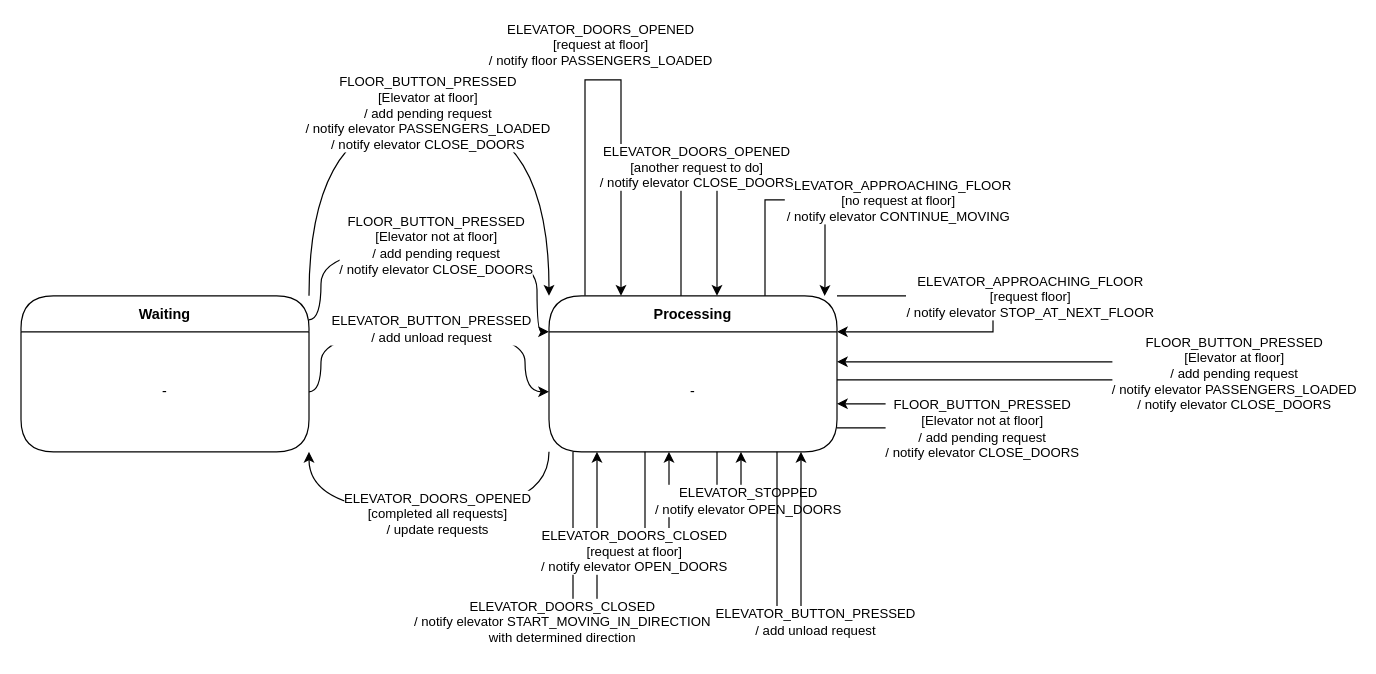
robsim378/sysc_3303_project keeps this draw.io diagram as page "Scheduler" (2 of 3) of UML_Diagrams/UML_State_Diagram.drawio. Above is the earlier version. Source tidied: cells renumbered, new cells numbered last; positions are measured from the earlier drawing's top-left corner, leaving out a move shared by most shapes. Both pictures are drawn from the tidied source at 120%, with x=0, y=0 at pixel (20, 79).
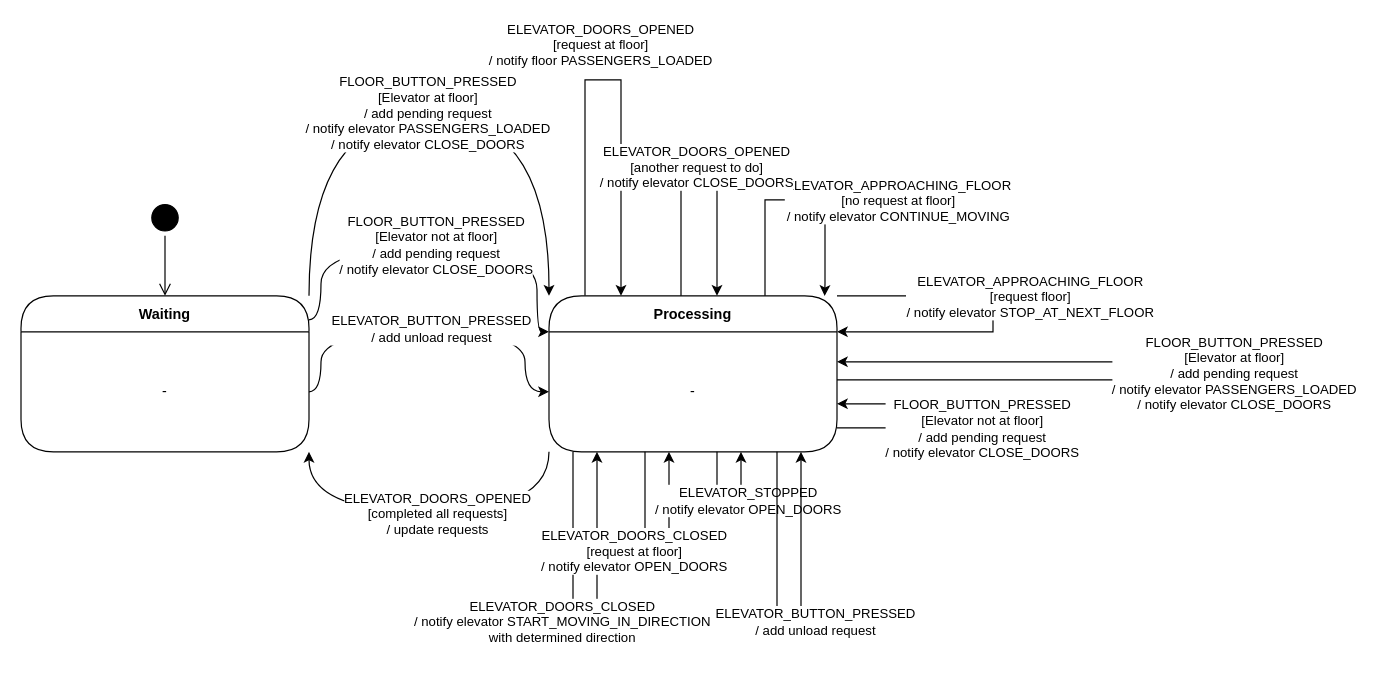
After the change.

Unchanged cells that the change refers to:
```xml
<mxCell id="4" value="Waiting" style="swimlane;fontStyle=1;align=center;verticalAlign=middle;horizontal=1;startSize=30;fontColor=#000000;rounded=1;arcSize=30;strokeColor=#000000;fillColor=#FFFFFF;swimlaneFillColor=#FFFFFF;" parent="1" vertex="1">
  <mxGeometry y="180" width="240" height="130" as="geometry" />
</mxCell>
```

The edit, as a diff of the source:
```diff
@@
+    <mxCell id="34" style="ellipse;html=1;shape=startState;fillColor=#000000;strokeColor=#000000;" parent="1" vertex="1">
+      <mxGeometry x="105" y="100" width="30" height="30" as="geometry" />
+    </mxCell>
+    <mxCell id="35" style="edgeStyle=orthogonalEdgeStyle;html=1;verticalAlign=bottom;endArrow=open;endSize=8;strokeColor=#000000;rounded=0;entryX=0.5;entryY=0;entryDx=0;entryDy=0;" parent="1" edge="1" source="34" target="4">
+      <mxGeometry relative="1" as="geometry" />
+    </mxCell>
```
